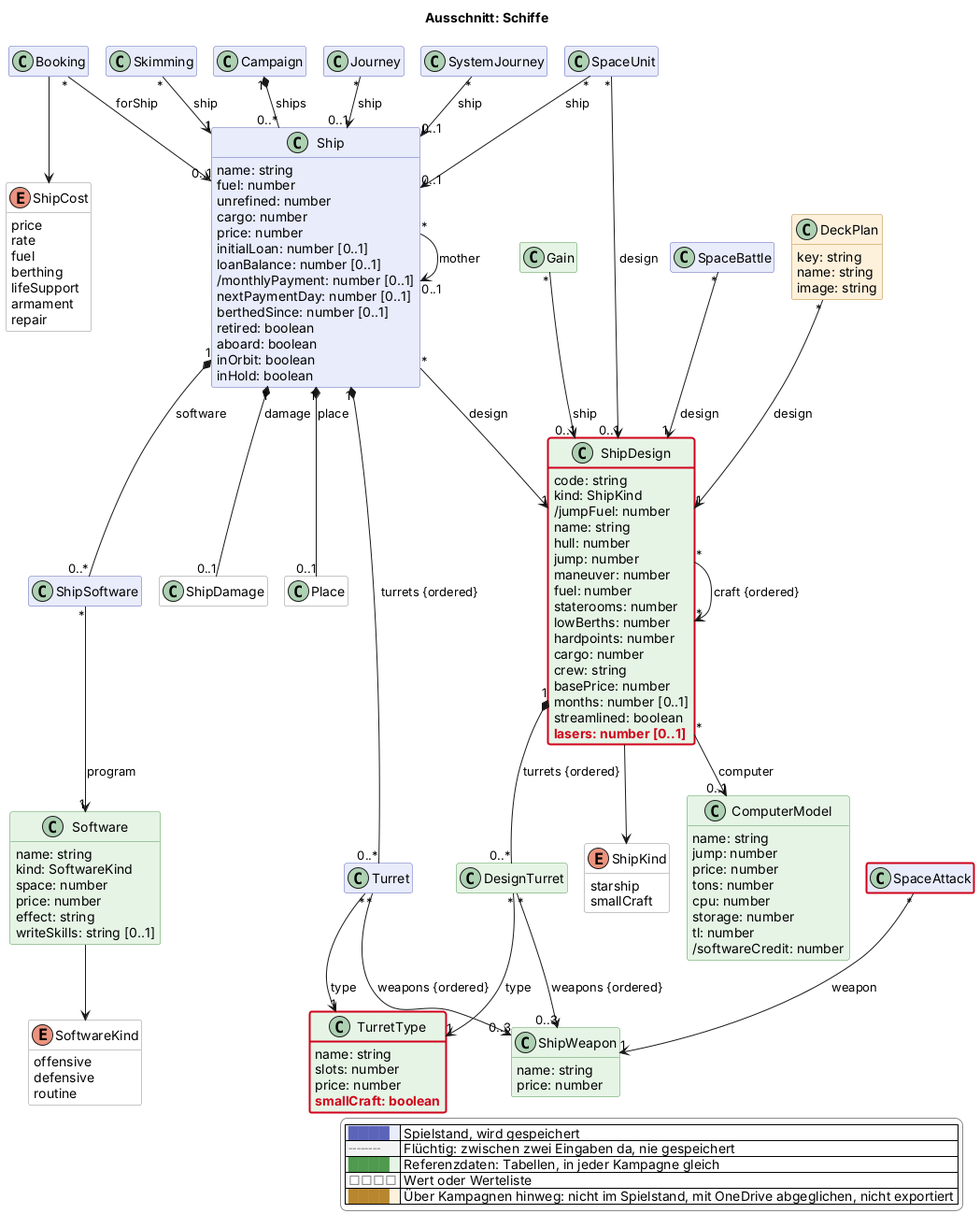
Above: docs/views/schiffe.png in scuzzar/SRE (PlantUML), before the change.
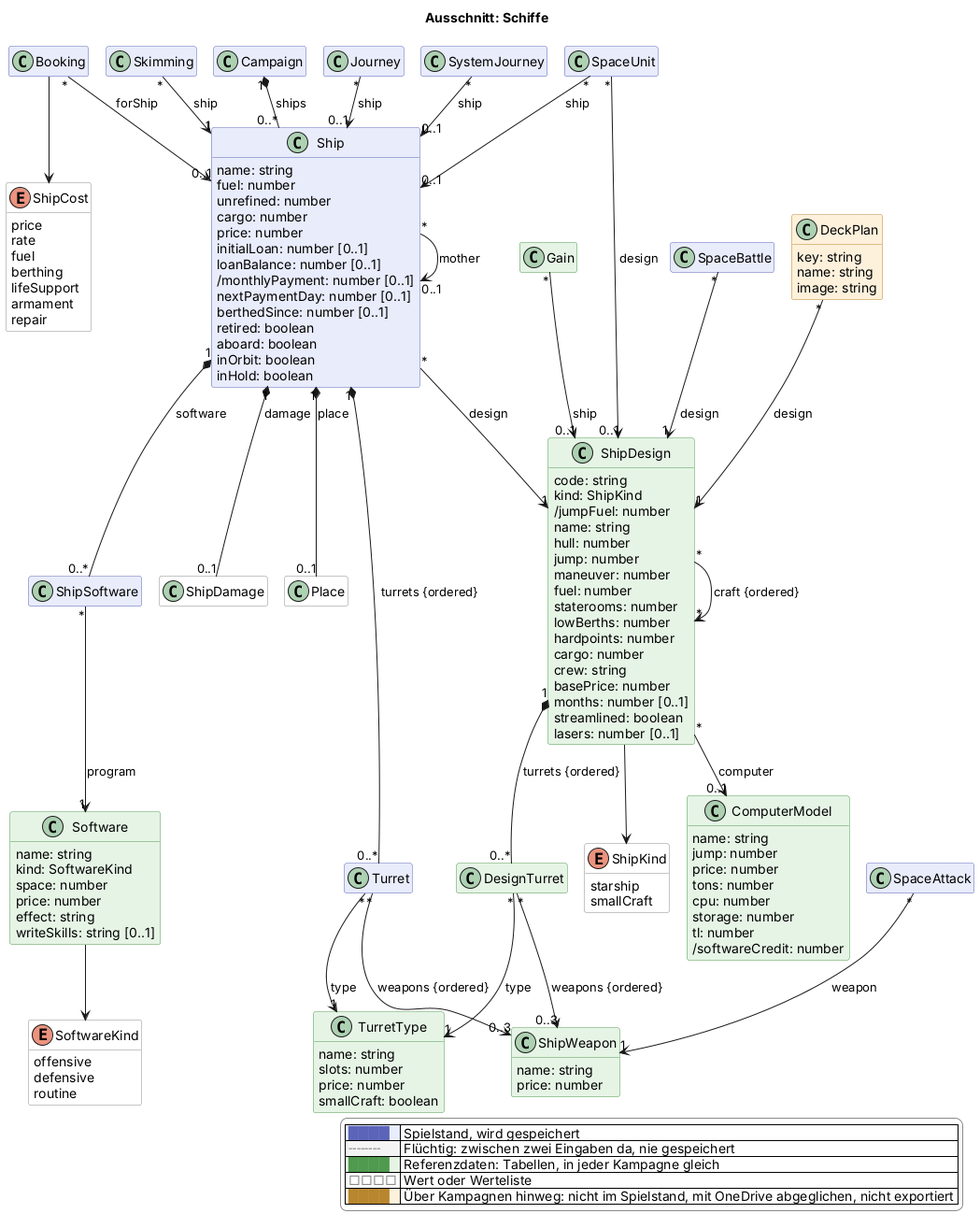
Later version of the same file.

The edit, as a diff of the source:
```diff
@@ -107,7 +107,7 @@
     name: string
     slots: number
     price: number
-    $new("2026-11-22", "smallCraft: boolean")
+    smallCraft: boolean
   }
   class ShipWeapon <<reference>> $schiffe {
     name: string
@@ -130,7 +130,7 @@
     basePrice: number
     months: number [0..1]
     streamlined: boolean
-    $new("2026-11-22", "lasers: number [0..1]")
+    lasers: number [0..1]
   }
   enum ShipKind <<value>> $schiffe {
     starship
@@ -232,7 +232,4 @@
   |<#ffffff> <color:#8a8a8a>□□□□</color> | Wert oder Werteliste |
   |<#fdf1dc> <color:#b8862e>████</color> | Über Kampagnen hinweg: nicht im Spielstand, mit OneDrive abgeglichen, nicht exportiert |
 endlegend
-class TurretType #line:d0021b;line.bold
-class ShipDesign #line:d0021b;line.bold
-class SpaceAttack #line:d0021b;line.bold
 @enduml
```
